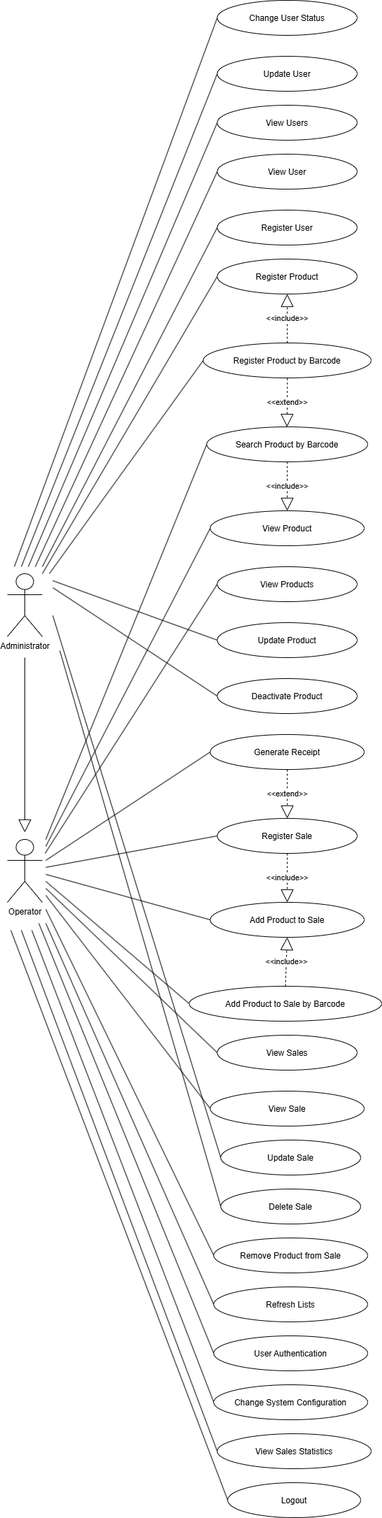
Above: docs/diagrams/Use_Case_Diagram.png in Marcos556149/sales-management-system (draw.io), before the change. Source tidied: cells renumbered, new cells last; positions are measured from the earlier drawing's top-left corner, leaving out a move shared by most shapes.
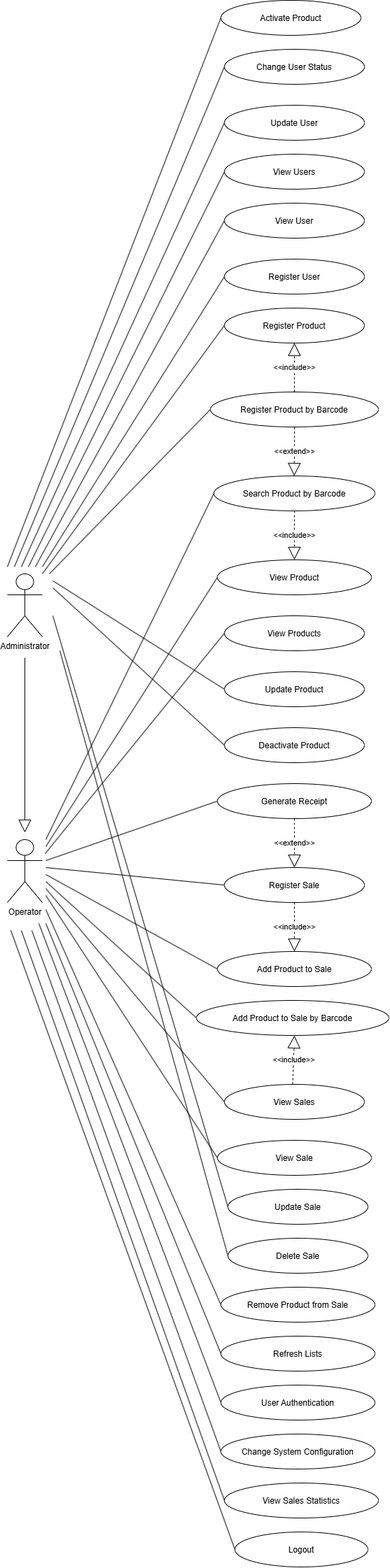
The same diagram one commit later.

Commit message:
docs: update use case diagram to include product activation

Diff of the diagram source:
```diff
@@ -36,7 +36,7 @@
       <mxGeometry x="305" y="1700" width="200" height="50" as="geometry" />
     </mxCell>
     <mxCell id="13" value="Add Product to Sale by Barcode" style="ellipse;" parent="1" vertex="1">
-      <mxGeometry x="260" y="1410" width="275" height="50" as="geometry" />
+      <mxGeometry x="260" y="1360" width="275" height="50" as="geometry" />
     </mxCell>
     <mxCell id="14" value="Add Product to Sale" style="ellipse;" parent="1" vertex="1">
       <mxGeometry x="290" y="1290" width="220" height="50" as="geometry" />
@@ -57,10 +57,10 @@
       <mxGeometry x="295" y="1840" width="220" height="50" as="geometry" />
     </mxCell>
     <mxCell id="20" value="Administrator" style="shape=umlActor;verticalLabelPosition=bottom;verticalAlign=top;html=1;" parent="1" vertex="1">
-      <mxGeometry y="820" width="50" height="90" as="geometry" />
+      <mxGeometry x="-10" y="750" width="50" height="90" as="geometry" />
     </mxCell>
     <mxCell id="21" value="Operator" style="shape=umlActor;verticalLabelPosition=bottom;verticalAlign=top;html=1;" parent="1" vertex="1">
-      <mxGeometry y="1200" width="50" height="90" as="geometry" />
+      <mxGeometry x="-10" y="1130" width="50" height="90" as="geometry" />
     </mxCell>
     <mxCell id="22" value="&amp;lt;&amp;lt;include&amp;gt;&amp;gt;" style="endArrow=block;endSize=16;endFill=0;html=1;rounded=0;dashed=1;exitX=0.5;exitY=1;exitDx=0;exitDy=0;entryX=0.5;entryY=0;entryDx=0;entryDy=0;" parent="1" edge="1" source="6" target="8">
       <mxGeometry relative="1" as="geometry" />
@@ -74,135 +74,138 @@
     <mxCell id="25" value="&amp;lt;&amp;lt;extend&amp;gt;&amp;gt;" style="endArrow=block;endSize=16;endFill=0;html=1;rounded=0;dashed=1;exitX=0.5;exitY=1;exitDx=0;exitDy=0;entryX=0.5;entryY=0;entryDx=0;entryDy=0;" parent="1" edge="1" source="16" target="9">
       <mxGeometry relative="1" as="geometry" />
     </mxCell>
-    <mxCell id="26" value="&amp;lt;&amp;lt;include&amp;gt;&amp;gt;" style="endArrow=block;endSize=16;endFill=0;html=1;rounded=0;dashed=1;exitX=0.5;exitY=0;exitDx=0;exitDy=0;entryX=0.5;entryY=1;entryDx=0;entryDy=0;" parent="1" edge="1" source="13" target="14">
-      <mxGeometry relative="1" as="geometry" />
-    </mxCell>
+    <mxCell id="63" value="&amp;lt;&amp;lt;include&amp;gt;&amp;gt;" style="endArrow=block;endSize=16;endFill=0;html=1;rounded=0;dashed=1;exitX=0.5;exitY=0;exitDx=0;exitDy=0;" parent="1" edge="1">
+      <mxGeometry relative="1" as="geometry">
+        <mxPoint x="397.5" y="1480" as="sourcePoint" />
+        <mxPoint x="400" y="1410" as="targetPoint" />
+      </mxGeometry>
+    </mxCell>
     <mxCell id="27" value="&amp;lt;&amp;lt;extend&amp;gt;&amp;gt;" style="endArrow=block;endSize=16;endFill=0;html=1;rounded=0;dashed=1;exitX=0.373;exitY=1.011;exitDx=0;exitDy=0;entryX=0.365;entryY=0.001;entryDx=0;entryDy=0;exitPerimeter=0;entryPerimeter=0;" parent="1" edge="1">
       <mxGeometry relative="1" as="geometry">
         <mxPoint x="400.3" y="540.5" as="sourcePoint" />
         <mxPoint x="399.7" y="610" as="targetPoint" />
       </mxGeometry>
     </mxCell>
-    <mxCell id="28" style="endArrow=none;html=1;rounded=0;entryX=0;entryY=0.5;entryDx=0;entryDy=0;" parent="1" edge="1" target="6">
-      <mxGeometry relative="1" as="geometry">
-        <mxPoint x="55" y="1200" as="sourcePoint" />
-      </mxGeometry>
-    </mxCell>
-    <mxCell id="29" style="endArrow=none;html=1;rounded=0;entryX=0;entryY=0.5;entryDx=0;entryDy=0;" parent="1" edge="1" target="8">
-      <mxGeometry relative="1" as="geometry">
-        <mxPoint x="55" y="1210" as="sourcePoint" />
-      </mxGeometry>
-    </mxCell>
-    <mxCell id="30" style="endArrow=none;html=1;rounded=0;entryX=0;entryY=0.5;entryDx=0;entryDy=0;" parent="1" edge="1" target="3">
-      <mxGeometry relative="1" as="geometry">
-        <mxPoint x="54" y="1220" as="sourcePoint" />
-      </mxGeometry>
-    </mxCell>
-    <mxCell id="31" style="endArrow=none;html=1;rounded=0;entryX=0;entryY=0.5;entryDx=0;entryDy=0;" parent="1" edge="1" target="18">
-      <mxGeometry relative="1" as="geometry">
-        <mxPoint x="45" y="1320" as="sourcePoint" />
-      </mxGeometry>
-    </mxCell>
-    <mxCell id="32" style="endArrow=block;endSize=16;endFill=0;html=1;rounded=0;" parent="1" edge="1">
-      <mxGeometry relative="1" as="geometry">
-        <mxPoint x="25" y="940" as="sourcePoint" />
-        <mxPoint x="25" y="1190" as="targetPoint" />
-      </mxGeometry>
-    </mxCell>
-    <mxCell id="33" style="endArrow=none;html=1;rounded=0;entryX=0;entryY=0.5;entryDx=0;entryDy=0;" parent="1" edge="1" target="10">
-      <mxGeometry relative="1" as="geometry">
-        <mxPoint x="55" y="1270" as="sourcePoint" />
-      </mxGeometry>
-    </mxCell>
-    <mxCell id="34" style="endArrow=none;html=1;rounded=0;entryX=0;entryY=0.5;entryDx=0;entryDy=0;" parent="1" edge="1" target="17">
-      <mxGeometry relative="1" as="geometry">
-        <mxPoint x="55" y="1280" as="sourcePoint" />
-      </mxGeometry>
-    </mxCell>
-    <mxCell id="35" style="endArrow=none;html=1;rounded=0;entryX=0;entryY=0.5;entryDx=0;entryDy=0;" parent="1" edge="1" target="9">
-      <mxGeometry relative="1" as="geometry">
-        <mxPoint x="55" y="1240" as="sourcePoint" />
-      </mxGeometry>
-    </mxCell>
-    <mxCell id="36" style="endArrow=none;html=1;rounded=0;entryX=0;entryY=0.5;entryDx=0;entryDy=0;" parent="1" edge="1" target="14">
-      <mxGeometry relative="1" as="geometry">
-        <mxPoint x="55" y="1250" as="sourcePoint" />
-      </mxGeometry>
-    </mxCell>
-    <mxCell id="37" style="endArrow=none;html=1;rounded=0;entryX=0;entryY=0.5;entryDx=0;entryDy=0;" parent="1" edge="1" target="13">
-      <mxGeometry relative="1" as="geometry">
-        <mxPoint x="55" y="1260" as="sourcePoint" />
-      </mxGeometry>
-    </mxCell>
-    <mxCell id="38" style="endArrow=none;html=1;rounded=0;entryX=0;entryY=0.5;entryDx=0;entryDy=0;" parent="1" edge="1" target="15">
-      <mxGeometry relative="1" as="geometry">
-        <mxPoint x="55" y="1300" as="sourcePoint" />
-      </mxGeometry>
-    </mxCell>
-    <mxCell id="39" style="endArrow=none;html=1;rounded=0;entryX=0;entryY=0.5;entryDx=0;entryDy=0;" parent="1" edge="1" target="16">
-      <mxGeometry relative="1" as="geometry">
-        <mxPoint x="55" y="1230" as="sourcePoint" />
-      </mxGeometry>
-    </mxCell>
-    <mxCell id="40" style="endArrow=none;html=1;rounded=0;entryX=0;entryY=0.5;entryDx=0;entryDy=0;" parent="1" edge="1" target="19">
-      <mxGeometry relative="1" as="geometry">
-        <mxPoint x="55" y="1320" as="sourcePoint" />
-      </mxGeometry>
-    </mxCell>
-    <mxCell id="41" style="endArrow=none;html=1;rounded=0;entryX=0;entryY=0.5;entryDx=0;entryDy=0;" parent="1" edge="1" target="50">
-      <mxGeometry relative="1" as="geometry">
-        <mxPoint x="35" y="1330" as="sourcePoint" />
-      </mxGeometry>
-    </mxCell>
-    <mxCell id="42" style="endArrow=none;html=1;rounded=0;entryX=0;entryY=0.5;entryDx=0;entryDy=0;" parent="1" edge="1" target="2">
-      <mxGeometry relative="1" as="geometry">
-        <mxPoint x="50" y="820" as="sourcePoint" />
-      </mxGeometry>
-    </mxCell>
-    <mxCell id="43" style="endArrow=none;html=1;rounded=0;entryX=0;entryY=0.5;entryDx=0;entryDy=0;" parent="1" edge="1" target="7">
-      <mxGeometry relative="1" as="geometry">
-        <mxPoint x="60" y="820" as="sourcePoint" />
-      </mxGeometry>
-    </mxCell>
-    <mxCell id="44" style="endArrow=none;html=1;rounded=0;entryX=0;entryY=0.5;entryDx=0;entryDy=0;" parent="1" edge="1" target="4">
-      <mxGeometry relative="1" as="geometry">
-        <mxPoint x="65" y="830" as="sourcePoint" />
-      </mxGeometry>
-    </mxCell>
-    <mxCell id="45" style="endArrow=none;html=1;rounded=0;entryX=0;entryY=0.5;entryDx=0;entryDy=0;" parent="1" edge="1" target="5">
-      <mxGeometry relative="1" as="geometry">
-        <mxPoint x="65" y="840" as="sourcePoint" />
-      </mxGeometry>
-    </mxCell>
-    <mxCell id="46" style="endArrow=none;html=1;rounded=0;entryX=0;entryY=0.5;entryDx=0;entryDy=0;" parent="1" edge="1" target="11">
-      <mxGeometry relative="1" as="geometry">
-        <mxPoint x="65" y="880" as="sourcePoint" />
-      </mxGeometry>
-    </mxCell>
-    <mxCell id="47" style="endArrow=none;html=1;rounded=0;entryX=0;entryY=0.5;entryDx=0;entryDy=0;" parent="1" edge="1" target="12">
-      <mxGeometry relative="1" as="geometry">
-        <mxPoint x="75" y="930" as="sourcePoint" />
-      </mxGeometry>
-    </mxCell>
+    <mxCell id="64" style="endArrow=none;html=1;rounded=0;entryX=0;entryY=0.5;entryDx=0;entryDy=0;" parent="1" edge="1" target="6">
+      <mxGeometry relative="1" as="geometry">
+        <mxPoint x="45" y="1130" as="sourcePoint" />
+      </mxGeometry>
+    </mxCell>
+    <mxCell id="65" style="endArrow=none;html=1;rounded=0;entryX=0;entryY=0.5;entryDx=0;entryDy=0;" parent="1" edge="1" target="8">
+      <mxGeometry relative="1" as="geometry">
+        <mxPoint x="45" y="1140" as="sourcePoint" />
+      </mxGeometry>
+    </mxCell>
+    <mxCell id="66" style="endArrow=none;html=1;rounded=0;entryX=0;entryY=0.5;entryDx=0;entryDy=0;" parent="1" edge="1" target="3">
+      <mxGeometry relative="1" as="geometry">
+        <mxPoint x="44" y="1150" as="sourcePoint" />
+      </mxGeometry>
+    </mxCell>
+    <mxCell id="67" style="endArrow=none;html=1;rounded=0;entryX=0;entryY=0.5;entryDx=0;entryDy=0;" parent="1" edge="1" target="18">
+      <mxGeometry relative="1" as="geometry">
+        <mxPoint x="35" y="1250" as="sourcePoint" />
+      </mxGeometry>
+    </mxCell>
+    <mxCell id="68" style="endArrow=block;endSize=16;endFill=0;html=1;rounded=0;" parent="1" edge="1">
+      <mxGeometry relative="1" as="geometry">
+        <mxPoint x="15" y="870" as="sourcePoint" />
+        <mxPoint x="15" y="1120" as="targetPoint" />
+      </mxGeometry>
+    </mxCell>
+    <mxCell id="69" style="endArrow=none;html=1;rounded=0;entryX=0;entryY=0.5;entryDx=0;entryDy=0;" parent="1" edge="1" target="10">
+      <mxGeometry relative="1" as="geometry">
+        <mxPoint x="45" y="1200" as="sourcePoint" />
+      </mxGeometry>
+    </mxCell>
+    <mxCell id="70" style="endArrow=none;html=1;rounded=0;entryX=0;entryY=0.5;entryDx=0;entryDy=0;" parent="1" edge="1" target="17">
+      <mxGeometry relative="1" as="geometry">
+        <mxPoint x="45" y="1210" as="sourcePoint" />
+      </mxGeometry>
+    </mxCell>
+    <mxCell id="71" style="endArrow=none;html=1;rounded=0;entryX=0;entryY=0.5;entryDx=0;entryDy=0;" parent="1" edge="1" target="9">
+      <mxGeometry relative="1" as="geometry">
+        <mxPoint x="45" y="1170" as="sourcePoint" />
+      </mxGeometry>
+    </mxCell>
+    <mxCell id="72" style="endArrow=none;html=1;rounded=0;entryX=0;entryY=0.5;entryDx=0;entryDy=0;" parent="1" edge="1" target="14">
+      <mxGeometry relative="1" as="geometry">
+        <mxPoint x="45" y="1180" as="sourcePoint" />
+      </mxGeometry>
+    </mxCell>
+    <mxCell id="73" style="endArrow=none;html=1;rounded=0;entryX=0;entryY=0.5;entryDx=0;entryDy=0;" parent="1" edge="1" target="13">
+      <mxGeometry relative="1" as="geometry">
+        <mxPoint x="45" y="1190" as="sourcePoint" />
+      </mxGeometry>
+    </mxCell>
+    <mxCell id="74" style="endArrow=none;html=1;rounded=0;entryX=0;entryY=0.5;entryDx=0;entryDy=0;" parent="1" edge="1" target="15">
+      <mxGeometry relative="1" as="geometry">
+        <mxPoint x="45" y="1230" as="sourcePoint" />
+      </mxGeometry>
+    </mxCell>
+    <mxCell id="75" style="endArrow=none;html=1;rounded=0;entryX=0;entryY=0.5;entryDx=0;entryDy=0;" parent="1" edge="1" target="16">
+      <mxGeometry relative="1" as="geometry">
+        <mxPoint x="45" y="1160" as="sourcePoint" />
+      </mxGeometry>
+    </mxCell>
+    <mxCell id="76" style="endArrow=none;html=1;rounded=0;entryX=0;entryY=0.5;entryDx=0;entryDy=0;" parent="1" edge="1" target="19">
+      <mxGeometry relative="1" as="geometry">
+        <mxPoint x="45" y="1250" as="sourcePoint" />
+      </mxGeometry>
+    </mxCell>
+    <mxCell id="77" style="endArrow=none;html=1;rounded=0;entryX=0;entryY=0.5;entryDx=0;entryDy=0;" parent="1" edge="1" target="50">
+      <mxGeometry relative="1" as="geometry">
+        <mxPoint x="25" y="1260" as="sourcePoint" />
+      </mxGeometry>
+    </mxCell>
+    <mxCell id="78" style="endArrow=none;html=1;rounded=0;entryX=0;entryY=0.5;entryDx=0;entryDy=0;" parent="1" edge="1" target="2">
+      <mxGeometry relative="1" as="geometry">
+        <mxPoint x="40" y="750" as="sourcePoint" />
+      </mxGeometry>
+    </mxCell>
+    <mxCell id="79" style="endArrow=none;html=1;rounded=0;entryX=0;entryY=0.5;entryDx=0;entryDy=0;" parent="1" edge="1" target="7">
+      <mxGeometry relative="1" as="geometry">
+        <mxPoint x="50" y="750" as="sourcePoint" />
+      </mxGeometry>
+    </mxCell>
+    <mxCell id="80" style="endArrow=none;html=1;rounded=0;entryX=0;entryY=0.5;entryDx=0;entryDy=0;" parent="1" edge="1" target="4">
+      <mxGeometry relative="1" as="geometry">
+        <mxPoint x="55" y="760" as="sourcePoint" />
+      </mxGeometry>
+    </mxCell>
+    <mxCell id="81" style="endArrow=none;html=1;rounded=0;entryX=0;entryY=0.5;entryDx=0;entryDy=0;" parent="1" edge="1" target="5">
+      <mxGeometry relative="1" as="geometry">
+        <mxPoint x="55" y="770" as="sourcePoint" />
+      </mxGeometry>
+    </mxCell>
+    <mxCell id="82" style="endArrow=none;html=1;rounded=0;entryX=0;entryY=0.5;entryDx=0;entryDy=0;" parent="1" edge="1" target="11">
+      <mxGeometry relative="1" as="geometry">
+        <mxPoint x="55" y="810" as="sourcePoint" />
+      </mxGeometry>
+    </mxCell>
+    <mxCell id="83" style="endArrow=none;html=1;rounded=0;entryX=0;entryY=0.5;entryDx=0;entryDy=0;" parent="1" edge="1" target="12">
+      <mxGeometry relative="1" as="geometry">
+        <mxPoint x="65" y="860" as="sourcePoint" />
+      </mxGeometry>
+    </mxCell>
     <mxCell id="48" value="View Sales Statistics" style="ellipse;" parent="1" vertex="1">
       <mxGeometry x="300" y="2050" width="220" height="50" as="geometry" />
     </mxCell>
-    <mxCell id="49" style="endArrow=none;html=1;rounded=0;entryX=0;entryY=0.5;entryDx=0;entryDy=0;" parent="1" edge="1" target="48">
-      <mxGeometry relative="1" as="geometry">
-        <mxPoint x="20" y="1330" as="sourcePoint" />
-      </mxGeometry>
-    </mxCell>
+    <mxCell id="84" style="endArrow=none;html=1;rounded=0;entryX=0;entryY=0.5;entryDx=0;entryDy=0;" parent="1" edge="1" target="48">
+      <mxGeometry relative="1" as="geometry">
+        <mxPoint x="10" y="1260" as="sourcePoint" />
+      </mxGeometry>
+    </mxCell>
     <mxCell id="50" value="Change System Configuration" style="ellipse;" parent="1" vertex="1">
       <mxGeometry x="295" y="1980" width="220" height="50" as="geometry" />
     </mxCell>
     <mxCell id="51" value="Logout" style="ellipse;" parent="1" vertex="1">
       <mxGeometry x="315" y="2120" width="190" height="50" as="geometry" />
     </mxCell>
-    <mxCell id="52" style="endArrow=none;html=1;rounded=0;entryX=0;entryY=0.5;entryDx=0;entryDy=0;" parent="1" edge="1" target="51">
-      <mxGeometry relative="1" as="geometry">
-        <mxPoint x="5" y="1330" as="sourcePoint" />
-      </mxGeometry>
-    </mxCell>
+    <mxCell id="85" style="endArrow=none;html=1;rounded=0;entryX=0;entryY=0.5;entryDx=0;entryDy=0;" parent="1" edge="1" target="51">
+      <mxGeometry relative="1" as="geometry">
+        <mxPoint x="-5" y="1260" as="sourcePoint" />
+      </mxGeometry>
+    </mxCell>
     <mxCell id="53" value="Register User" style="ellipse;" parent="1" vertex="1">
       <mxGeometry x="300" y="300" width="200" height="50" as="geometry" />
     </mxCell>
@@ -218,30 +221,38 @@
     <mxCell id="57" value="Change User Status" style="ellipse;" parent="1" vertex="1">
       <mxGeometry x="300" width="200" height="50" as="geometry" />
     </mxCell>
-    <mxCell id="58" style="endArrow=none;html=1;rounded=0;entryX=0;entryY=0.5;entryDx=0;entryDy=0;" parent="1" edge="1" target="53">
-      <mxGeometry relative="1" as="geometry">
-        <mxPoint x="50" y="810" as="sourcePoint" />
-      </mxGeometry>
-    </mxCell>
-    <mxCell id="59" style="endArrow=none;html=1;rounded=0;entryX=0;entryY=0.5;entryDx=0;entryDy=0;" parent="1" edge="1" target="54">
-      <mxGeometry relative="1" as="geometry">
-        <mxPoint x="40" y="810" as="sourcePoint" />
-      </mxGeometry>
-    </mxCell>
-    <mxCell id="60" style="endArrow=none;html=1;rounded=0;entryX=0;entryY=0.5;entryDx=0;entryDy=0;" parent="1" edge="1" target="55">
-      <mxGeometry relative="1" as="geometry">
-        <mxPoint x="30" y="810" as="sourcePoint" />
-      </mxGeometry>
-    </mxCell>
-    <mxCell id="61" style="endArrow=none;html=1;rounded=0;entryX=0;entryY=0.5;entryDx=0;entryDy=0;" parent="1" edge="1" target="56">
-      <mxGeometry relative="1" as="geometry">
-        <mxPoint x="20" y="810" as="sourcePoint" />
-      </mxGeometry>
-    </mxCell>
-    <mxCell id="62" style="endArrow=none;html=1;rounded=0;entryX=0;entryY=0.5;entryDx=0;entryDy=0;" parent="1" edge="1" target="57">
-      <mxGeometry relative="1" as="geometry">
-        <mxPoint x="10" y="810" as="sourcePoint" />
-      </mxGeometry>
-    </mxCell>
+    <mxCell id="86" style="endArrow=none;html=1;rounded=0;entryX=0;entryY=0.5;entryDx=0;entryDy=0;" parent="1" edge="1" target="53">
+      <mxGeometry relative="1" as="geometry">
+        <mxPoint x="40" y="740" as="sourcePoint" />
+      </mxGeometry>
+    </mxCell>
+    <mxCell id="87" style="endArrow=none;html=1;rounded=0;entryX=0;entryY=0.5;entryDx=0;entryDy=0;" parent="1" edge="1" target="54">
+      <mxGeometry relative="1" as="geometry">
+        <mxPoint x="30" y="740" as="sourcePoint" />
+      </mxGeometry>
+    </mxCell>
+    <mxCell id="88" style="endArrow=none;html=1;rounded=0;entryX=0;entryY=0.5;entryDx=0;entryDy=0;" parent="1" edge="1" target="55">
+      <mxGeometry relative="1" as="geometry">
+        <mxPoint x="20" y="740" as="sourcePoint" />
+      </mxGeometry>
+    </mxCell>
+    <mxCell id="89" style="endArrow=none;html=1;rounded=0;entryX=0;entryY=0.5;entryDx=0;entryDy=0;" parent="1" edge="1" target="56">
+      <mxGeometry relative="1" as="geometry">
+        <mxPoint x="10" y="740" as="sourcePoint" />
+      </mxGeometry>
+    </mxCell>
+    <mxCell id="90" style="endArrow=none;html=1;rounded=0;entryX=0;entryY=0.5;entryDx=0;entryDy=0;" parent="1" edge="1" target="57">
+      <mxGeometry relative="1" as="geometry">
+        <mxPoint y="740" as="sourcePoint" />
+      </mxGeometry>
+    </mxCell>
+    <mxCell id="91" value="Activate Product" style="ellipse;" parent="1" vertex="1">
+      <mxGeometry x="295" y="-70" width="200" height="50" as="geometry" />
+    </mxCell>
+    <mxCell id="92" style="endArrow=none;html=1;rounded=0;entryX=0;entryY=0.5;entryDx=0;entryDy=0;" parent="1" edge="1" target="91">
+      <mxGeometry relative="1" as="geometry">
+        <mxPoint x="-10" y="740" as="sourcePoint" />
+      </mxGeometry>
+    </mxCell>
   </root>
 </mxGraphModel>
```
